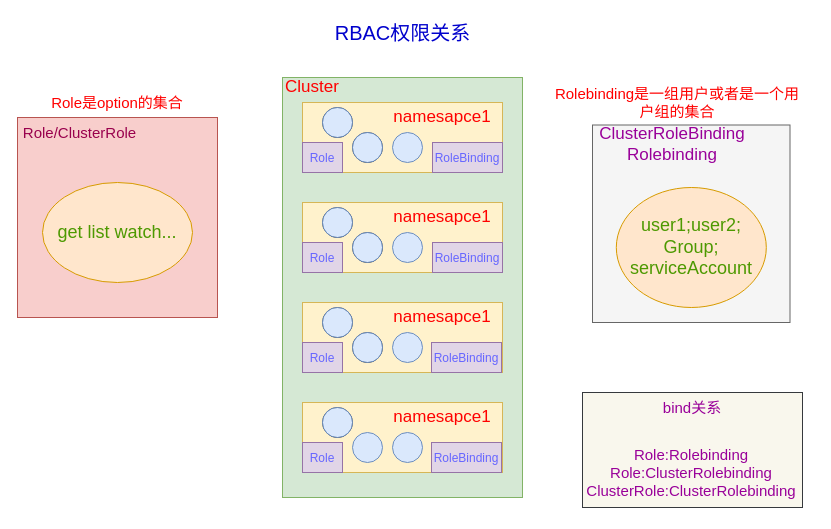
Above: RBAC.drawio in wsl-github/hello (draw.io), before the change. Source tidied: cells renumbered, new cells numbered last; positions are measured from the earlier drawing's top-left corner, leaving out a move shared by most shapes. Both pictures are drawn from the tidied source at 100%, with x=0, y=0 at pixel (17, 17).
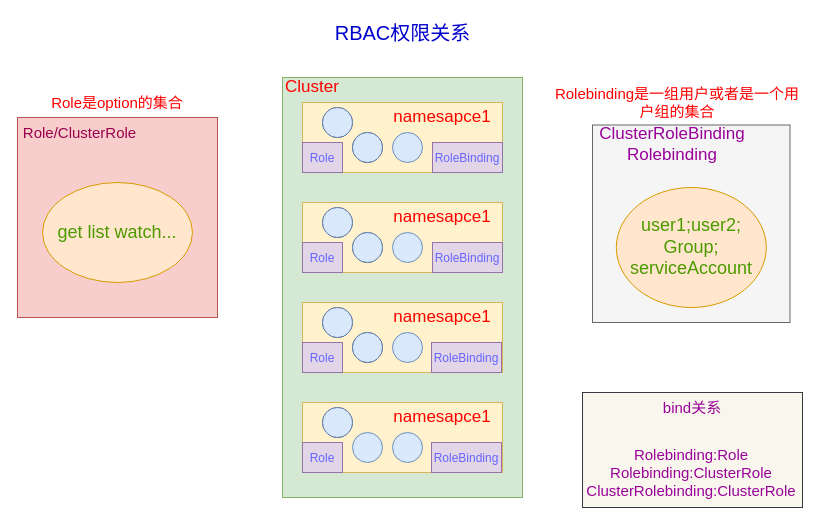
The same page after the edit.

Change to the diagram source:
```diff
@@
-    <mxCell id="49" value="Role:Rolebinding&lt;br&gt;Role:ClusterRolebinding&lt;br&gt;ClusterRole:ClusterRolebinding" style="text;html=1;strokeColor=none;fillColor=none;align=center;verticalAlign=middle;whiteSpace=wrap;rounded=0;fontSize=15;fontColor=#990099;" parent="1" vertex="1">
+    <mxCell id="49" value="Rolebinding:Role&lt;br&gt;Rolebinding:ClusterRole&lt;br&gt;ClusterRolebinding:ClusterRole" style="text;html=1;strokeColor=none;fillColor=none;align=center;verticalAlign=middle;whiteSpace=wrap;rounded=0;fontSize=15;fontColor=#990099;" parent="1" vertex="1">
       <mxGeometry x="551.9" y="415" width="243.8" height="80" as="geometry" />
     </mxCell>
```
